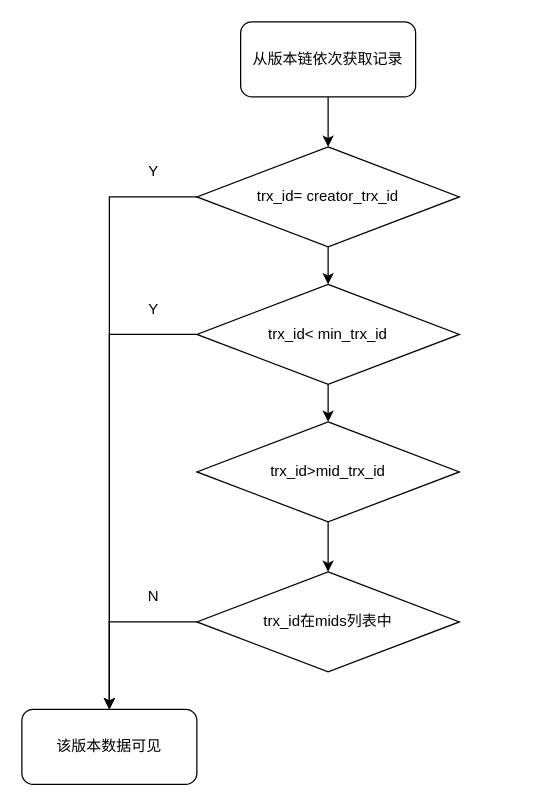
erlieStar/diagrams keeps this draw.io diagram as mysql/mvcc版本链判断.drawio. Above is the earlier version. Source tidied: cells renumbered, new cells numbered last; positions are measured from the earlier drawing's top-left corner, leaving out a move shared by most shapes. Both pictures are drawn from the tidied source at 125%, with x=0, y=0 at pixel (21, 21).
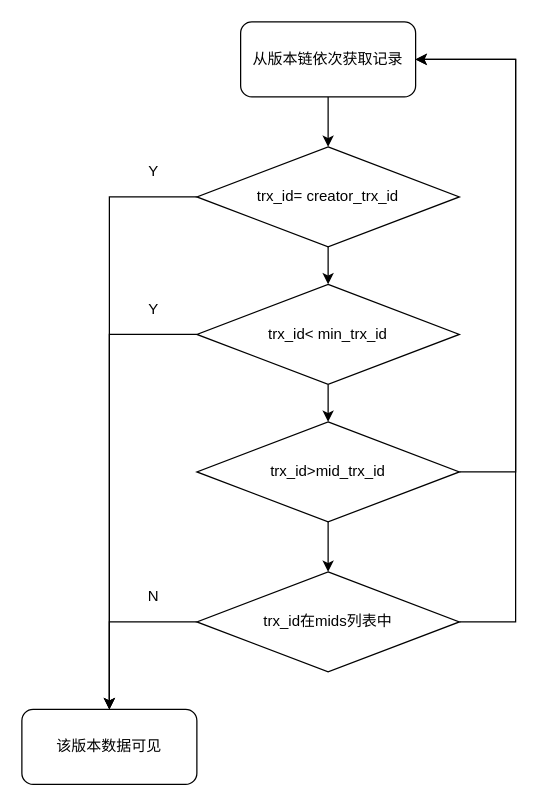
The same page after the edit.

Commit message (it also covers changes not shown here):
Update mvcc版本链判断.drawio

The change refers to these unchanged cells:
```xml
<mxCell id="9" value="trx_id&amp;gt;&lt;span style=&quot;box-sizing: border-box ; outline: 0px ; overflow-wrap: break-word&quot;&gt;mid_trx_id&lt;/span&gt;" style="rhombus;whiteSpace=wrap;html=1;" parent="1" vertex="1">
  <mxGeometry x="140" y="320" width="210" height="80" as="geometry" />
</mxCell>
<mxCell id="11" value="trx_id在mids列表中" style="rhombus;whiteSpace=wrap;html=1;" parent="1" vertex="1">
  <mxGeometry x="140" y="440" width="210" height="80" as="geometry" />
</mxCell>
<mxCell id="13" value="&lt;span&gt;从版本链依次获取记录&lt;/span&gt;" style="rounded=1;whiteSpace=wrap;html=1;" parent="1" vertex="1">
  <mxGeometry x="175" width="140" height="60" as="geometry" />
</mxCell>
```

Diff of the diagram source:
```diff
@@
+    <mxCell id="18" style="edgeStyle=orthogonalEdgeStyle;rounded=0;jettySize=auto;html=1;exitX=1;exitY=0.5;exitDx=0;exitDy=0;entryX=1;entryY=0.5;entryDx=0;entryDy=0;endArrow=classic;endFill=1;" parent="1" edge="1" source="9" target="13">
+      <mxGeometry relative="1" as="geometry">
+        <Array as="points">
+          <mxPoint x="395" y="360" />
+          <mxPoint x="395" y="30" />
+        </Array>
+      </mxGeometry>
+    </mxCell>
@@
+    <mxCell id="19" style="edgeStyle=orthogonalEdgeStyle;rounded=0;jettySize=auto;html=1;exitX=1;exitY=0.5;exitDx=0;exitDy=0;entryX=1;entryY=0.5;entryDx=0;entryDy=0;endArrow=classic;endFill=1;" parent="1" edge="1" source="11" target="13">
+      <mxGeometry relative="1" as="geometry">
+        <Array as="points">
+          <mxPoint x="395" y="480" />
+          <mxPoint x="395" y="30" />
+        </Array>
+      </mxGeometry>
+    </mxCell>
```
